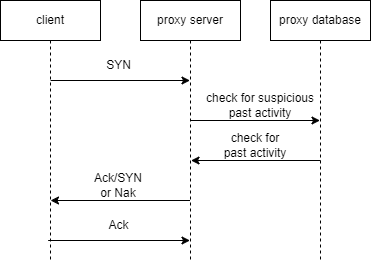
This is Proxy Connection Diagram.drawio.png from CraftMaster07/CyberProject, a draw.io export, as it was before one commit. Source tidied: cells renumbered, new cells last; positions are measured from the earlier drawing's top-left corner, leaving out a move shared by most shapes.
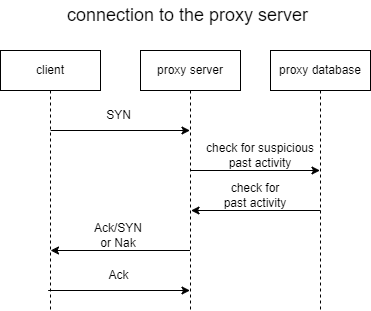
The same diagram one commit later.

Diff of the diagram source:
```diff
@@ -53,5 +53,8 @@
     <mxCell id="14" value="check for past activity" style="text;html=1;strokeColor=none;fillColor=none;align=center;verticalAlign=middle;whiteSpace=wrap;rounded=0;" parent="1" vertex="1">
       <mxGeometry x="220" y="130" width="70" height="30" as="geometry" />
     </mxCell>
+    <mxCell id="15" value="&lt;font style=&quot;font-size: 18px;&quot;&gt;connection to the proxy server&amp;nbsp;&lt;/font&gt;" style="text;html=1;strokeColor=none;fillColor=none;align=center;verticalAlign=middle;whiteSpace=wrap;rounded=0;" parent="1" vertex="1">
+      <mxGeometry x="55" y="-50" width="270" height="30" as="geometry" />
+    </mxCell>
   </root>
 </mxGraphModel>
```
